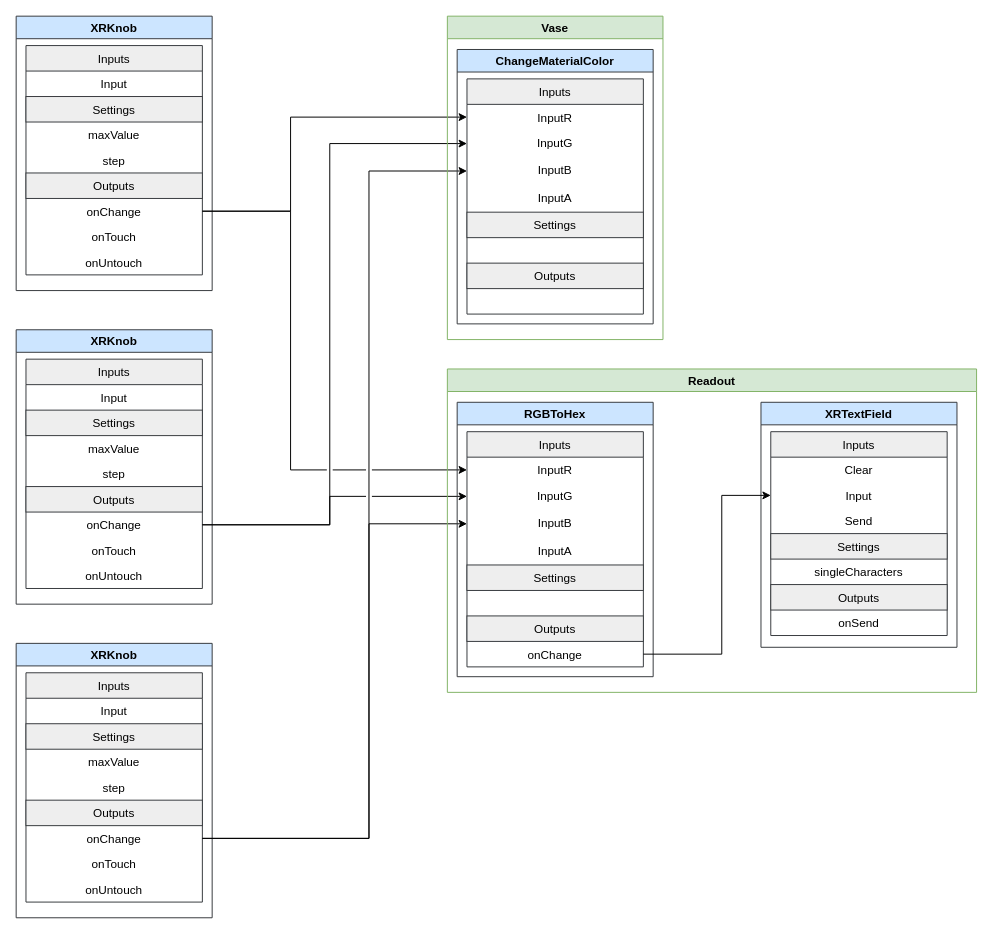
Earlier version of the draw.io diagram Unity OpenXR Base/Documentation/Examples/Changing colour of a Texture with knobs.drawio (smart-digital-lab/openxr_ux_base). Source tidied: cells renumbered, new cells numbered last; positions are measured from the earlier drawing's top-left corner, leaving out a move shared by most shapes. Both pictures are drawn from the tidied source at 98%, with x=0, y=0 at pixel (16, 16).
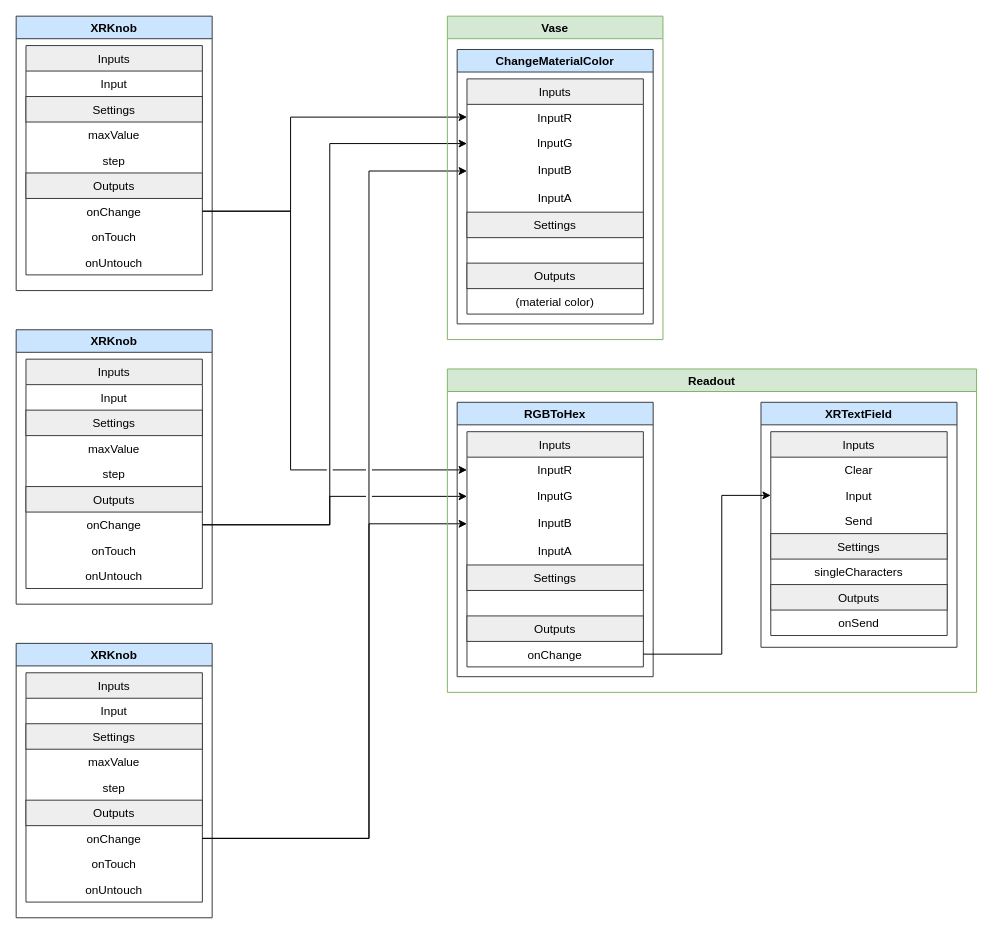
The same diagram, later.

Unchanged cells that the change refers to:
```xml
<mxCell id="40" value="Inputs" style="swimlane;fontStyle=0;horizontal=1;startSize=26;fillColor=#eeeeee;strokeColor=#36393d;perimeter=rectanglePerimeter;" parent="39" vertex="1">
  <mxGeometry x="10" y="30" width="180" height="240" as="geometry" />
</mxCell>
```

Diff of the diagram source:
```diff
@@
-    <mxCell id="48" value=" " style="text;strokeColor=none;fillColor=none;align=center;verticalAlign=top;spacingLeft=4;spacingRight=4;overflow=hidden;imageAlign=center;" parent="40" vertex="1">
+    <mxCell id="48" value="(material color)" style="text;strokeColor=none;fillColor=none;align=center;verticalAlign=top;spacingLeft=4;spacingRight=4;overflow=hidden;imageAlign=center;" parent="40" vertex="1">
       <mxGeometry y="214" width="180" height="26" as="geometry" />
     </mxCell>
```
